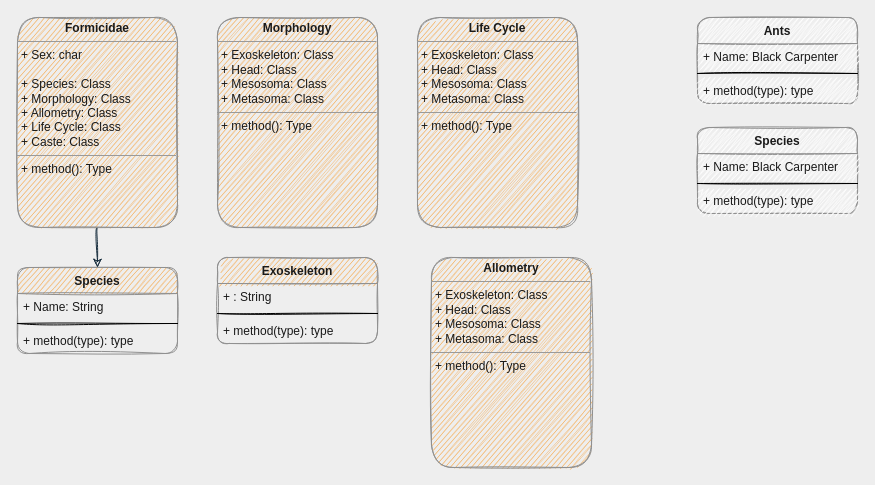
Before: CSCS2420_Java/AntColony/ant_class_diagram.drawio in AshBC91/CCC-projects-portfolio, a draw.io diagram. Source tidied: cells renumbered, new cells numbered last; positions are measured from the earlier drawing's top-left corner, leaving out a move shared by most shapes. Both pictures are drawn from the tidied source at 100%, with x=0, y=0 at pixel (17, 17).
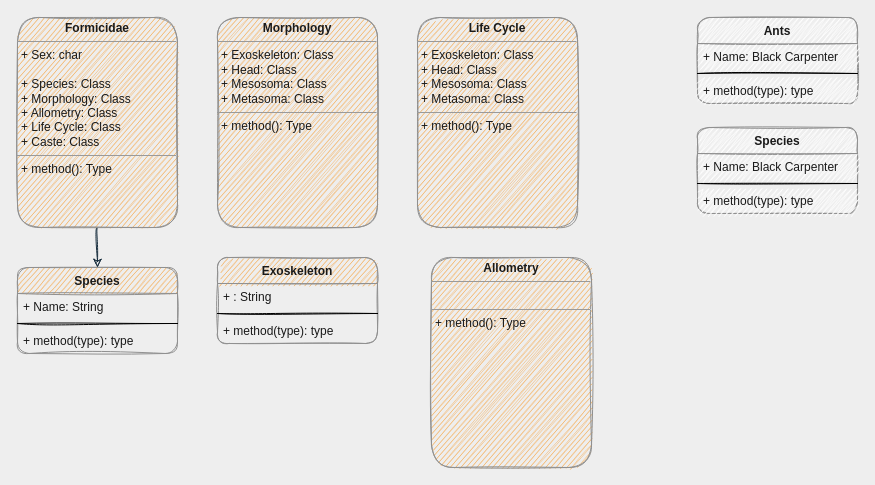
The same diagram, later.

The edit, as a diff of the source:
```diff
@@
-    <mxCell id="22" value="&lt;p style=&quot;margin: 0px ; margin-top: 4px ; text-align: center&quot;&gt;&lt;b&gt;Allometry&lt;/b&gt;&lt;/p&gt;&lt;hr size=&quot;1&quot;&gt;&lt;p style=&quot;margin: 0px ; margin-left: 4px&quot;&gt;+ Exoskeleton: Class&lt;/p&gt;&lt;p style=&quot;margin: 0px ; margin-left: 4px&quot;&gt;+ Head: Class&lt;/p&gt;&lt;p style=&quot;margin: 0px ; margin-left: 4px&quot;&gt;+ Mesosoma: Class&lt;/p&gt;&lt;p style=&quot;margin: 0px ; margin-left: 4px&quot;&gt;+ Metasoma: Class&lt;/p&gt;&lt;hr size=&quot;1&quot;&gt;&lt;p style=&quot;margin: 0px ; margin-left: 4px&quot;&gt;+ method(): Type&lt;/p&gt;" style="verticalAlign=top;align=left;overflow=fill;fontSize=12;fontFamily=Helvetica;html=1;rounded=1;fillColor=#F5AB50;strokeColor=#909090;fontColor=#1A1A1A;sketch=1;fillStyle=auto;arcSize=14;" parent="1" vertex="1">
+    <mxCell id="22" value="&lt;p style=&quot;margin: 0px ; margin-top: 4px ; text-align: center&quot;&gt;&lt;b&gt;Allometry&lt;/b&gt;&lt;/p&gt;&lt;hr size=&quot;1&quot;&gt;&lt;p style=&quot;margin: 0px ; margin-left: 4px&quot;&gt;&lt;br&gt;&lt;/p&gt;&lt;hr size=&quot;1&quot;&gt;&lt;p style=&quot;margin: 0px ; margin-left: 4px&quot;&gt;+ method(): Type&lt;/p&gt;" style="verticalAlign=top;align=left;overflow=fill;fontSize=12;fontFamily=Helvetica;html=1;rounded=1;fillColor=#F5AB50;strokeColor=#909090;fontColor=#1A1A1A;sketch=1;fillStyle=auto;arcSize=14;" parent="1" vertex="1">
       <mxGeometry x="414" y="240" width="160" height="210" as="geometry" />
     </mxCell>
```
